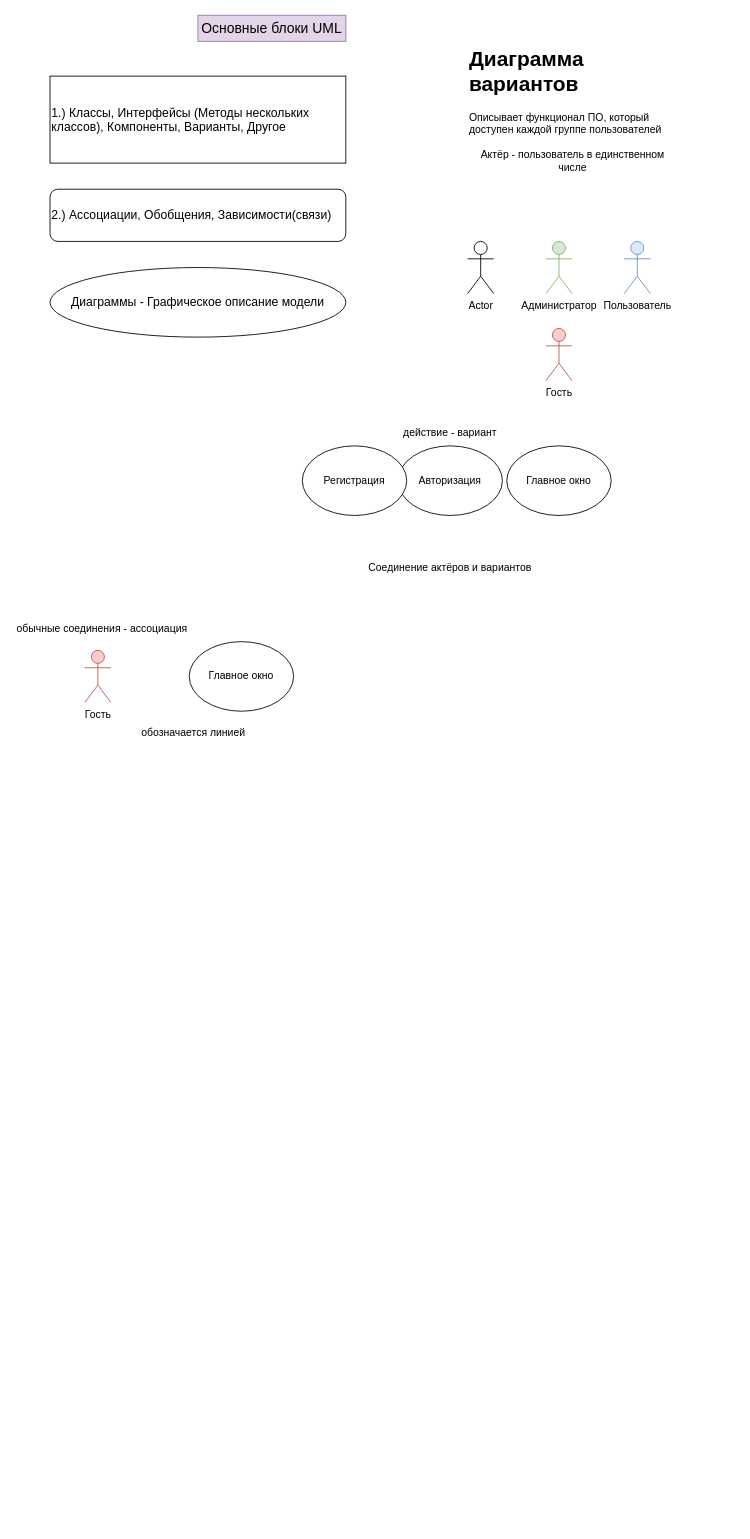
Urlilka/Task-1 keeps this draw.io diagram as Задание1/Диаграмма без названия.drawio. Above is the earlier version. Source tidied: cells renumbered, new cells numbered last; positions are measured from the earlier drawing's top-left corner, leaving out a move shared by most shapes. Both pictures are drawn from the tidied source at 87%, with x=0, y=0 at pixel (15, 15).
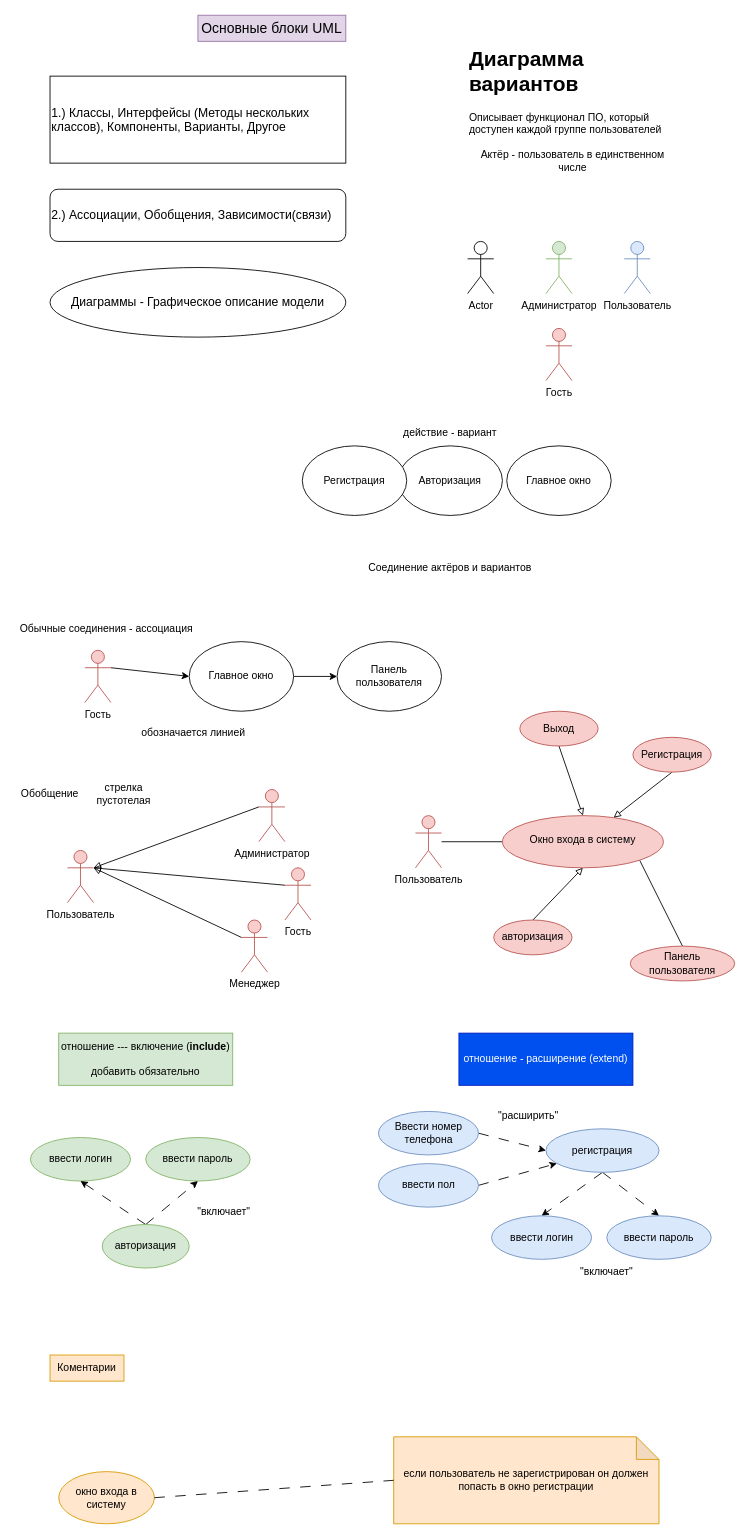
The same diagram, later.

The change refers to these unchanged cells:
```xml
<mxCell id="16" value="Гость" style="shape=umlActor;verticalLabelPosition=bottom;verticalAlign=top;html=1;fillColor=#f8cecc;strokeColor=#b85450;" parent="1" vertex="1">
  <mxGeometry x="80" y="730" width="30" height="60" as="geometry" />
</mxCell>
<mxCell id="17" value="Главное окно" style="ellipse;whiteSpace=wrap;html=1;" parent="1" vertex="1">
  <mxGeometry x="200" y="720" width="120" height="80" as="geometry" />
</mxCell>
```

Change to the diagram source:
```diff
@@
+    <mxCell id="20" style="rounded=0;jettySize=auto;html=1;exitX=1;exitY=0.3333333333333333;exitDx=0;exitDy=0;exitPerimeter=0;entryX=0;entryY=0.5;entryDx=0;entryDy=0;" parent="1" edge="1" source="16" target="17">
+      <mxGeometry relative="1" as="geometry" />
+    </mxCell>
@@
+    <mxCell id="21" style="rounded=0;jettySize=auto;html=1;exitX=1;exitY=0.5;exitDx=0;exitDy=0;entryX=0;entryY=0.5;entryDx=0;entryDy=0;" parent="1" edge="1" source="17" target="22">
+      <mxGeometry relative="1" as="geometry" />
+    </mxCell>
@@
-    <mxCell id="18" value="обычные соединения - ассоциация" style="text;html=1;align=center;verticalAlign=middle;whiteSpace=wrap;rounded=0;" parent="1" vertex="1">
-      <mxGeometry y="690" width="200" height="30" as="geometry" />
+    <mxCell id="18" value="Обычные соединения - ассоциация" style="text;html=1;align=center;verticalAlign=middle;whiteSpace=wrap;rounded=0;" parent="1" vertex="1">
+      <mxGeometry y="690" width="210" height="30" as="geometry" />
     </mxCell>
@@
+    <mxCell id="22" value="Панель пользователя" style="ellipse;whiteSpace=wrap;html=1;" parent="1" vertex="1">
+      <mxGeometry x="370" y="720" width="120" height="80" as="geometry" />
+    </mxCell>
+    <mxCell id="23" value="Обобщение" style="text;html=1;align=center;verticalAlign=middle;whiteSpace=wrap;rounded=0;" parent="1" vertex="1">
+      <mxGeometry y="880" width="80" height="30" as="geometry" />
+    </mxCell>
+    <mxCell id="24" value="Пользователь" style="shape=umlActor;verticalLabelPosition=bottom;verticalAlign=top;html=1;fillColor=#f8cecc;strokeColor=#b85450;" parent="1" vertex="1">
+      <mxGeometry x="60" y="960" width="30" height="60" as="geometry" />
+    </mxCell>
+    <mxCell id="25" value="Администратор" style="shape=umlActor;verticalLabelPosition=bottom;verticalAlign=top;html=1;fillColor=#f8cecc;strokeColor=#b85450;" parent="1" vertex="1">
+      <mxGeometry x="280" y="890" width="30" height="60" as="geometry" />
+    </mxCell>
+    <mxCell id="26" value="Гость" style="shape=umlActor;verticalLabelPosition=bottom;verticalAlign=top;html=1;fillColor=#f8cecc;strokeColor=#b85450;" parent="1" vertex="1">
+      <mxGeometry x="310" y="980" width="30" height="60" as="geometry" />
+    </mxCell>
+    <mxCell id="27" value="Менеджер" style="shape=umlActor;verticalLabelPosition=bottom;verticalAlign=top;html=1;fillColor=#f8cecc;strokeColor=#b85450;" parent="1" vertex="1">
+      <mxGeometry x="260" y="1040" width="30" height="60" as="geometry" />
+    </mxCell>
+    <mxCell id="28" style="rounded=0;jettySize=auto;html=1;exitX=1;exitY=0.3333333333333333;exitDx=0;exitDy=0;exitPerimeter=0;entryX=0;entryY=0.3333333333333333;entryDx=0;entryDy=0;entryPerimeter=0;endArrow=none;endFill=0;startArrow=block;startFill=0;" parent="1" edge="1" source="24" target="25">
+      <mxGeometry relative="1" as="geometry" />
+    </mxCell>
+    <mxCell id="29" style="rounded=0;jettySize=auto;html=1;exitX=1;exitY=0.3333333333333333;exitDx=0;exitDy=0;exitPerimeter=0;entryX=0;entryY=0.3333333333333333;entryDx=0;entryDy=0;entryPerimeter=0;endArrow=none;endFill=0;startArrow=block;startFill=0;" parent="1" edge="1" source="24" target="26">
+      <mxGeometry relative="1" as="geometry" />
+    </mxCell>
+    <mxCell id="30" style="rounded=0;jettySize=auto;html=1;exitX=1;exitY=0.3333333333333333;exitDx=0;exitDy=0;exitPerimeter=0;entryX=0;entryY=0.3333333333333333;entryDx=0;entryDy=0;entryPerimeter=0;endArrow=none;endFill=0;startArrow=block;startFill=0;" parent="1" edge="1" source="24" target="27">
+      <mxGeometry relative="1" as="geometry" />
+    </mxCell>
+    <mxCell id="31" style="rounded=0;jettySize=auto;html=1;endArrow=none;endFill=0;" parent="1" edge="1" source="32" target="34">
+      <mxGeometry relative="1" as="geometry" />
+    </mxCell>
+    <mxCell id="32" value="Пользователь" style="shape=umlActor;verticalLabelPosition=bottom;verticalAlign=top;html=1;fillColor=#f8cecc;strokeColor=#b85450;" parent="1" vertex="1">
+      <mxGeometry x="460" y="920" width="30" height="60" as="geometry" />
+    </mxCell>
+    <mxCell id="33" style="rounded=0;jettySize=auto;html=1;exitX=1;exitY=1;exitDx=0;exitDy=0;entryX=0.5;entryY=0;entryDx=0;entryDy=0;endArrow=none;endFill=0;" parent="1" edge="1" source="34" target="42">
+      <mxGeometry relative="1" as="geometry" />
+    </mxCell>
+    <mxCell id="34" value="&lt;div&gt;&lt;br&gt;&lt;/div&gt;Окно входа в систему" style="ellipse;whiteSpace=wrap;html=1;verticalAlign=top;fillColor=#f8cecc;strokeColor=#b85450;" parent="1" vertex="1">
+      <mxGeometry x="560" y="920" width="185" height="60" as="geometry" />
+    </mxCell>
+    <mxCell id="35" style="rounded=0;jettySize=auto;html=1;exitX=0.5;exitY=0;exitDx=0;exitDy=0;entryX=0.5;entryY=1;entryDx=0;entryDy=0;endArrow=block;endFill=0;" parent="1" edge="1" source="36" target="34">
+      <mxGeometry relative="1" as="geometry" />
+    </mxCell>
+    <mxCell id="36" value="авторизация" style="ellipse;whiteSpace=wrap;html=1;fillColor=#f8cecc;strokeColor=#b85450;" parent="1" vertex="1">
+      <mxGeometry x="550" y="1040" width="90" height="40" as="geometry" />
+    </mxCell>
+    <mxCell id="37" style="rounded=0;jettySize=auto;html=1;exitX=0.5;exitY=1;exitDx=0;exitDy=0;endArrow=block;endFill=0;" parent="1" edge="1" source="38" target="34">
+      <mxGeometry relative="1" as="geometry" />
+    </mxCell>
+    <mxCell id="38" value="Регистрация" style="ellipse;whiteSpace=wrap;html=1;fillColor=#f8cecc;strokeColor=#b85450;" parent="1" vertex="1">
+      <mxGeometry x="710" y="830" width="90" height="40" as="geometry" />
+    </mxCell>
+    <mxCell id="39" style="rounded=0;jettySize=auto;html=1;exitX=0.5;exitY=1;exitDx=0;exitDy=0;entryX=0.5;entryY=0;entryDx=0;entryDy=0;endArrow=block;endFill=0;" parent="1" edge="1" source="40" target="34">
+      <mxGeometry relative="1" as="geometry" />
+    </mxCell>
+    <mxCell id="40" value="Выход" style="ellipse;whiteSpace=wrap;html=1;fillColor=#f8cecc;strokeColor=#b85450;" parent="1" vertex="1">
+      <mxGeometry x="580" y="800" width="90" height="40" as="geometry" />
+    </mxCell>
+    <mxCell id="41" value="стрелка пустотелая" style="text;html=1;align=center;verticalAlign=middle;whiteSpace=wrap;rounded=0;" parent="1" vertex="1">
+      <mxGeometry x="80" y="880" width="90" height="30" as="geometry" />
+    </mxCell>
+    <mxCell id="42" value="Панель пользователя" style="ellipse;whiteSpace=wrap;html=1;fillColor=#f8cecc;strokeColor=#b85450;" parent="1" vertex="1">
+      <mxGeometry x="707" y="1070" width="120" height="40" as="geometry" />
+    </mxCell>
+    <mxCell id="43" value="отношение --- включение (&lt;b&gt;include&lt;/b&gt;)&lt;div&gt;&lt;br&gt;&lt;div&gt;добавить обязательно&lt;/div&gt;&lt;/div&gt;" style="rounded=0;whiteSpace=wrap;html=1;fillColor=#d5e8d4;strokeColor=#82b366;" parent="1" vertex="1">
+      <mxGeometry x="50" y="1170" width="200" height="60" as="geometry" />
+    </mxCell>
+    <mxCell id="44" value="ввести логин" style="ellipse;whiteSpace=wrap;html=1;fillColor=#d5e8d4;strokeColor=#82b366;" parent="1" vertex="1">
+      <mxGeometry x="17.5" y="1290" width="115" height="50" as="geometry" />
+    </mxCell>
+    <mxCell id="45" value="ввести пароль" style="ellipse;whiteSpace=wrap;html=1;fillColor=#d5e8d4;strokeColor=#82b366;" parent="1" vertex="1">
+      <mxGeometry x="150" y="1290" width="120" height="50" as="geometry" />
+    </mxCell>
+    <mxCell id="46" style="rounded=0;jettySize=auto;html=1;exitX=0.5;exitY=0;exitDx=0;exitDy=0;entryX=0.5;entryY=1;entryDx=0;entryDy=0;dashed=1;dashPattern=12 12;" parent="1" edge="1" source="48" target="44">
+      <mxGeometry relative="1" as="geometry" />
+    </mxCell>
+    <mxCell id="47" style="rounded=0;jettySize=auto;html=1;exitX=0.5;exitY=0;exitDx=0;exitDy=0;entryX=0.5;entryY=1;entryDx=0;entryDy=0;dashed=1;dashPattern=12 12;" parent="1" edge="1" source="48" target="45">
+      <mxGeometry relative="1" as="geometry" />
+    </mxCell>
+    <mxCell id="48" value="авторизация" style="ellipse;whiteSpace=wrap;html=1;fillColor=#d5e8d4;strokeColor=#82b366;" parent="1" vertex="1">
+      <mxGeometry x="100" y="1390" width="100" height="50" as="geometry" />
+    </mxCell>
+    <mxCell id="49" value="&quot;включает&quot;" style="text;html=1;align=center;verticalAlign=middle;whiteSpace=wrap;rounded=0;" parent="1" vertex="1">
+      <mxGeometry x="210" y="1360" width="60" height="30" as="geometry" />
+    </mxCell>
+    <mxCell id="50" value="отношение - расширение (extend)" style="rounded=0;whiteSpace=wrap;html=1;fillColor=#0050ef;strokeColor=#001DBC;fontColor=#ffffff;" parent="1" vertex="1">
+      <mxGeometry x="510" y="1170" width="200" height="60" as="geometry" />
+    </mxCell>
+    <mxCell id="51" style="rounded=0;jettySize=auto;html=1;exitX=0.5;exitY=1;exitDx=0;exitDy=0;entryX=0.5;entryY=0;entryDx=0;entryDy=0;dashed=1;dashPattern=12 12;" parent="1" edge="1" source="53" target="54">
+      <mxGeometry relative="1" as="geometry" />
+    </mxCell>
+    <mxCell id="52" style="rounded=0;jettySize=auto;html=1;exitX=0.5;exitY=1;exitDx=0;exitDy=0;entryX=0.5;entryY=0;entryDx=0;entryDy=0;dashed=1;dashPattern=12 12;" parent="1" edge="1" source="53" target="55">
+      <mxGeometry relative="1" as="geometry" />
+    </mxCell>
+    <mxCell id="53" value="регистрация" style="ellipse;whiteSpace=wrap;html=1;fillColor=#dae8fc;strokeColor=#6c8ebf;" parent="1" vertex="1">
+      <mxGeometry x="610" y="1280" width="130" height="50" as="geometry" />
+    </mxCell>
+    <mxCell id="54" value="ввести логин" style="ellipse;whiteSpace=wrap;html=1;fillColor=#dae8fc;strokeColor=#6c8ebf;" parent="1" vertex="1">
+      <mxGeometry x="547.5" y="1380" width="115" height="50" as="geometry" />
+    </mxCell>
+    <mxCell id="55" value="ввести пароль" style="ellipse;whiteSpace=wrap;html=1;fillColor=#dae8fc;strokeColor=#6c8ebf;" parent="1" vertex="1">
+      <mxGeometry x="680" y="1380" width="120" height="50" as="geometry" />
+    </mxCell>
+    <mxCell id="56" style="rounded=0;jettySize=auto;html=1;exitX=1;exitY=0.5;exitDx=0;exitDy=0;entryX=0;entryY=0.5;entryDx=0;entryDy=0;dashed=1;dashPattern=12 12;" parent="1" edge="1" source="57" target="53">
+      <mxGeometry relative="1" as="geometry" />
+    </mxCell>
+    <mxCell id="57" value="Ввести номер телефона" style="ellipse;whiteSpace=wrap;html=1;fillColor=#dae8fc;strokeColor=#6c8ebf;" parent="1" vertex="1">
+      <mxGeometry x="417.5" y="1260" width="115" height="50" as="geometry" />
+    </mxCell>
+    <mxCell id="58" style="rounded=0;jettySize=auto;html=1;exitX=1;exitY=0.5;exitDx=0;exitDy=0;dashed=1;dashPattern=12 12;" parent="1" edge="1" source="59" target="53">
+      <mxGeometry relative="1" as="geometry" />
+    </mxCell>
+    <mxCell id="59" value="ввести пол" style="ellipse;whiteSpace=wrap;html=1;fillColor=#dae8fc;strokeColor=#6c8ebf;" parent="1" vertex="1">
+      <mxGeometry x="417.5" y="1320" width="115" height="50" as="geometry" />
+    </mxCell>
+    <mxCell id="60" value="&quot;включает&quot;" style="text;html=1;align=center;verticalAlign=middle;whiteSpace=wrap;rounded=0;" parent="1" vertex="1">
+      <mxGeometry x="650" y="1430" width="60" height="30" as="geometry" />
+    </mxCell>
+    <mxCell id="61" value="&quot;расширить&quot;" style="text;html=1;align=center;verticalAlign=middle;whiteSpace=wrap;rounded=0;" parent="1" vertex="1">
+      <mxGeometry x="550" y="1250" width="80" height="30" as="geometry" />
+    </mxCell>
+    <mxCell id="62" value="окно входа в систему" style="ellipse;whiteSpace=wrap;html=1;fillColor=#ffe6cc;strokeColor=#d79b00;" parent="1" vertex="1">
+      <mxGeometry x="50" y="1674" width="110" height="60" as="geometry" />
+    </mxCell>
+    <mxCell id="63" value="Коментарии" style="text;html=1;align=center;verticalAlign=middle;whiteSpace=wrap;rounded=0;fillColor=#ffe6cc;strokeColor=#d79b00;" parent="1" vertex="1">
+      <mxGeometry x="40" y="1540" width="85" height="30" as="geometry" />
+    </mxCell>
+    <mxCell id="64" value="если пользователь не зарегистрирован он должен попасть в окно регистрации" style="shape=note;whiteSpace=wrap;html=1;backgroundOutline=1;darkOpacity=0.05;size=26;fillColor=#ffe6cc;strokeColor=#d79b00;" parent="1" vertex="1">
+      <mxGeometry x="435" y="1634" width="305" height="100" as="geometry" />
+    </mxCell>
+    <mxCell id="65" style="rounded=0;jettySize=auto;html=1;exitX=1;exitY=0.5;exitDx=0;exitDy=0;entryX=0;entryY=0.5;entryDx=0;entryDy=0;entryPerimeter=0;dashed=1;dashPattern=12 12;endArrow=none;endFill=0;" parent="1" edge="1" source="62" target="64">
+      <mxGeometry relative="1" as="geometry" />
+    </mxCell>
```
